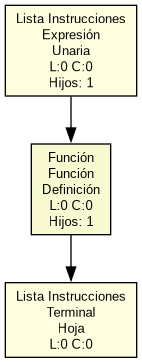
Above: reporte_ast.png in bryan-ignacio/OLC2_P1_201602516 (Graphviz), before the change. Its source is kept beside it as reporte_ast.dot.
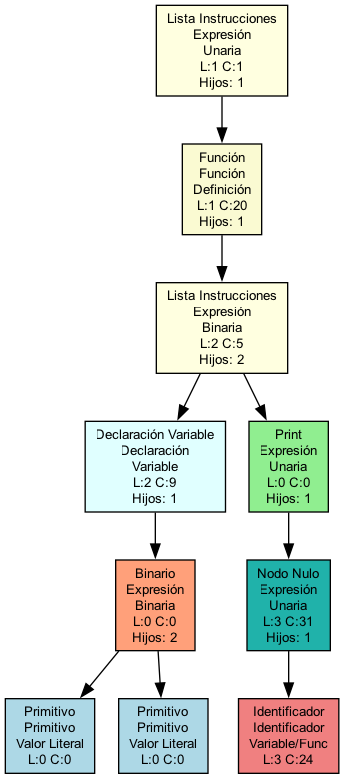
Later version of the same file.

Diff of the diagram source:
```diff
@@ -3,9 +3,23 @@
     node [shape=box, style=filled, fontname="Arial", fontsize=10];
     edge [fontname="Arial", fontsize=8];
 
-    node0 [label="Lista Instrucciones\nExpresión\nUnaria\nL:0 C:0\nHijos: 1", fillcolor="lightyellow"];
-    node1 [label="Función\nFunción\nDefinición\nL:0 C:0\nHijos: 1", fillcolor="lightgoldenrodyellow"];
+    node0 [label="Lista Instrucciones\nExpresión\nUnaria\nL:1 C:1\nHijos: 1", fillcolor="lightyellow"];
+    node1 [label="Función\nFunción\nDefinición\nL:1 C:20\nHijos: 1", fillcolor="lightgoldenrodyellow"];
     node0 -> node1;
-    node2 [label="Lista Instrucciones\nTerminal\nHoja\nL:0 C:0", fillcolor="lightyellow"];
+    node2 [label="Lista Instrucciones\nExpresión\nBinaria\nL:2 C:5\nHijos: 2", fillcolor="lightyellow"];
     node1 -> node2;
+    node3 [label="Declaración Variable\nDeclaración\nVariable\nL:2 C:9\nHijos: 1", fillcolor="lightcyan"];
+    node2 -> node3;
+    node4 [label="Binario\nExpresión\nBinaria\nL:0 C:0\nHijos: 2", fillcolor="lightsalmon"];
+    node3 -> node4;
+    node5 [label="Primitivo\nPrimitivo\nValor Literal\nL:0 C:0", fillcolor="lightblue"];
+    node4 -> node5;
+    node6 [label="Primitivo\nPrimitivo\nValor Literal\nL:0 C:0", fillcolor="lightblue"];
+    node4 -> node6;
+    node7 [label="Print\nExpresión\nUnaria\nL:0 C:0\nHijos: 1", fillcolor="lightgreen"];
+    node2 -> node7;
+    node8 [label="Nodo Nulo\nExpresión\nUnaria\nL:3 C:31\nHijos: 1", fillcolor="lightseagreen"];
+    node7 -> node8;
+    node9 [label="Identificador\nIdentificador\nVariable/Func\nL:3 C:24", fillcolor="lightcoral"];
+    node8 -> node9;
 }
```
